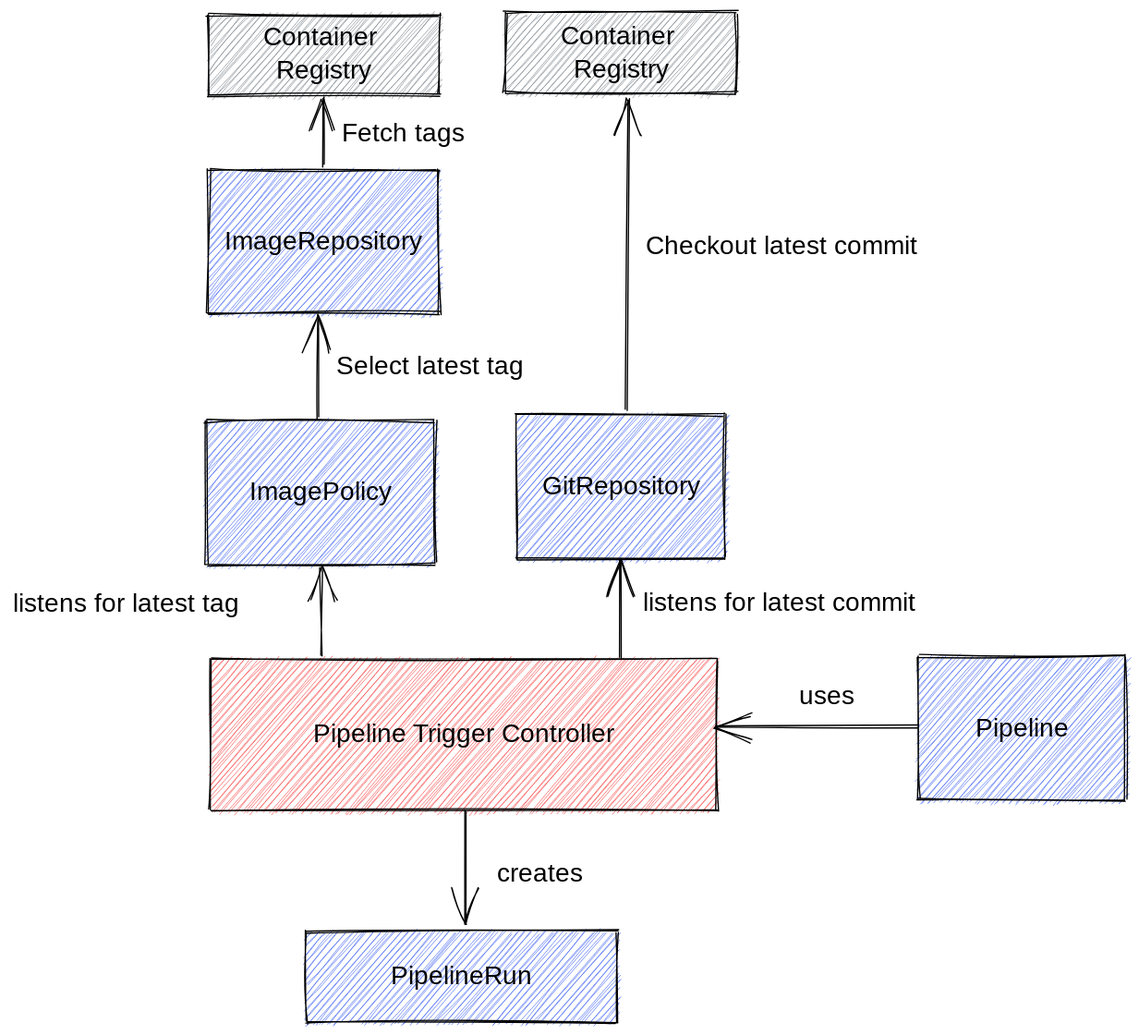
Before: img/pipeline-trigger-operator.svg, a diagram exported from Excalidraw (jquad-group/pipeline-trigger-operator). Source tidied: one line per element, renumbered; positions are measured from the earlier drawing's top-left corner, leaving out a move shared by most shapes. Its diagram source:
```json
{"id": 0, "type": "rectangle", "strokeColor": "#000000", "backgroundColor": "#4c6ef5", "fillStyle": "hachure", "strokeWidth": 1, "roughness": 1, "x": 149, "y": 315, "width": 177, "height": 111}
{"id": 1, "type": "text", "text": "ImagePolicy", "strokeColor": "#000000", "backgroundColor": "#fa5252", "fillStyle": "hachure", "strokeWidth": 1, "roughness": 1, "fontSize": 20, "fontFamily": 1, "textAlign": "center", "verticalAlign": "middle", "inside": 0, "x": 154, "y": 358, "width": 167, "height": 26}
{"id": 2, "type": "rectangle", "strokeColor": "#000000", "backgroundColor": "#4c6ef5", "fillStyle": "hachure", "strokeWidth": 1, "roughness": 1, "x": 390, "y": 310, "width": 161, "height": 111}
{"id": 3, "type": "text", "text": "GitRepository", "strokeColor": "#000000", "backgroundColor": "#fa5252", "fillStyle": "hachure", "strokeWidth": 1, "roughness": 1, "fontSize": 20, "fontFamily": 1, "textAlign": "center", "verticalAlign": "middle", "inside": 2, "x": 394, "y": 353, "width": 151, "height": 26}
{"id": 4, "type": "rectangle", "strokeColor": "#000000", "backgroundColor": "#4c6ef5", "fillStyle": "hachure", "strokeWidth": 1, "roughness": 1, "x": 151, "y": 122, "width": 178, "height": 111}
{"id": 5, "type": "text", "text": "ImageRepository", "strokeColor": "#000000", "backgroundColor": "#fa5252", "fillStyle": "hachure", "strokeWidth": 1, "roughness": 1, "fontSize": 20, "fontFamily": 1, "textAlign": "center", "verticalAlign": "middle", "inside": 4, "x": 156, "y": 164, "width": 168, "height": 26}
{"id": 6, "type": "rectangle", "strokeColor": "#000000", "backgroundColor": "#fa5252", "fillStyle": "hachure", "strokeWidth": 1, "roughness": 1, "x": 153, "y": 499, "width": 391, "height": 117}
{"id": 7, "type": "text", "text": "Pipeline Trigger Controller", "strokeColor": "#000000", "backgroundColor": "#fa5252", "fillStyle": "hachure", "strokeWidth": 1, "roughness": 1, "fontSize": 20, "fontFamily": 1, "textAlign": "center", "verticalAlign": "middle", "inside": 6, "x": 158, "y": 544, "width": 381, "height": 26}
{"id": 8, "type": "rectangle", "strokeColor": "#000000", "backgroundColor": "#4c6ef5", "fillStyle": "hachure", "strokeWidth": 1, "roughness": 1, "x": 700, "y": 498, "width": 161, "height": 111}
{"id": 9, "type": "text", "text": "Pipeline", "strokeColor": "#000000", "backgroundColor": "#fa5252", "fillStyle": "hachure", "strokeWidth": 1, "roughness": 1, "fontSize": 20, "fontFamily": 1, "textAlign": "center", "verticalAlign": "middle", "inside": 8, "x": 704, "y": 540, "width": 151, "height": 26}
{"id": 10, "type": "arrow", "strokeColor": "#000000", "backgroundColor": "#fa5252", "fillStyle": "hachure", "strokeWidth": 1, "roughness": 1, "endArrowhead": "arrow", "from": 0, "to": 4, "x": 236, "y": 313, "width": 1, "height": 79, "points": [[0, 0], [-1, -79]]}
{"id": 11, "type": "rectangle", "strokeColor": "#000000", "backgroundColor": "#868e96", "fillStyle": "hachure", "strokeWidth": 1, "roughness": 1, "x": 151, "y": 1, "width": 179, "height": 62}
{"id": 12, "type": "text", "text": "Container \nRegistry", "strokeColor": "#000000", "backgroundColor": "#868e96", "fillStyle": "hachure", "strokeWidth": 1, "roughness": 1, "fontSize": 20, "fontFamily": 1, "textAlign": "center", "verticalAlign": "middle", "inside": 11, "x": 156, "y": 6, "width": 169, "height": 52}
{"id": 13, "type": "arrow", "strokeColor": "#000000", "backgroundColor": "#868e96", "fillStyle": "hachure", "strokeWidth": 1, "roughness": 1, "endArrowhead": "arrow", "from": 17, "to": 11, "x": 240, "y": 118, "width": 0, "height": 52, "points": [[0, 0], [0, -52]]}
{"id": 14, "type": "rectangle", "strokeColor": "#000000", "backgroundColor": "#868e96", "fillStyle": "hachure", "strokeWidth": 1, "roughness": 1, "x": 380, "y": 0, "width": 179, "height": 62}
{"id": 15, "type": "text", "text": "Container \nRegistry", "strokeColor": "#000000", "backgroundColor": "#868e96", "fillStyle": "hachure", "strokeWidth": 1, "roughness": 1, "fontSize": 20, "fontFamily": 1, "textAlign": "center", "verticalAlign": "middle", "inside": 14, "x": 386, "y": 5, "width": 169, "height": 52}
{"id": 16, "type": "arrow", "strokeColor": "#000000", "backgroundColor": "#868e96", "fillStyle": "hachure", "strokeWidth": 1, "roughness": 1, "endArrowhead": "arrow", "from": 2, "to": 14, "x": 475, "y": 307, "width": 2, "height": 240, "points": [[0, 0], [2, -240]]}
{"id": 17, "type": "text", "text": "Fetch tags", "strokeColor": "#000000", "backgroundColor": "#868e96", "fillStyle": "hachure", "strokeWidth": 1, "roughness": 1, "fontSize": 20, "fontFamily": 1, "x": 254, "y": 80, "width": 110, "height": 26}
{"id": 18, "type": "text", "text": "Select latest tag", "strokeColor": "#000000", "backgroundColor": "#868e96", "fillStyle": "hachure", "strokeWidth": 1, "roughness": 1, "fontSize": 20, "fontFamily": 1, "x": 250, "y": 260, "width": 179, "height": 26}
{"id": 19, "type": "text", "text": "Checkout latest commit", "strokeColor": "#000000", "backgroundColor": "#868e96", "fillStyle": "hachure", "strokeWidth": 1, "roughness": 1, "fontSize": 20, "fontFamily": 1, "x": 489, "y": 168, "width": 233, "height": 26}
{"id": 20, "type": "arrow", "strokeColor": "#000000", "backgroundColor": "#868e96", "fillStyle": "hachure", "strokeWidth": 1, "roughness": 1, "endArrowhead": "arrow", "from": 6, "to": 0, "x": 238, "y": 496, "width": 0, "height": 68, "points": [[0, 0], [0, -68]]}
{"id": 21, "type": "arrow", "strokeColor": "#000000", "backgroundColor": "#868e96", "fillStyle": "hachure", "strokeWidth": 1, "roughness": 1, "endArrowhead": "arrow", "from": 6, "to": 2, "x": 470, "y": 498, "width": 0, "height": 74, "points": [[0, 0], [0, -74]]}
{"id": 22, "type": "text", "text": "listens for latest commit", "strokeColor": "#000000", "backgroundColor": "#868e96", "fillStyle": "hachure", "strokeWidth": 1, "roughness": 1, "fontSize": 20, "fontFamily": 1, "x": 487, "y": 443, "width": 248, "height": 26}
{"id": 23, "type": "text", "text": "listens for latest tag", "strokeColor": "#000000", "backgroundColor": "#868e96", "fillStyle": "hachure", "strokeWidth": 1, "roughness": 1, "fontSize": 20, "fontFamily": 1, "x": 0, "y": 444, "width": 221, "height": 26}
{"id": 24, "type": "arrow", "strokeColor": "#000000", "backgroundColor": "#868e96", "fillStyle": "hachure", "strokeWidth": 1, "roughness": 1, "endArrowhead": "arrow", "from": 8, "x": 699, "y": 551, "width": 157, "height": 1, "points": [[0, 0], [-157, 1]]}
{"id": 25, "type": "rectangle", "strokeColor": "#000000", "backgroundColor": "#4c6ef5", "fillStyle": "hachure", "strokeWidth": 1, "roughness": 1, "x": 226, "y": 710, "width": 241, "height": 70}
{"id": 26, "type": "text", "text": "PipelineRun", "strokeColor": "#000000", "backgroundColor": "#4c6ef5", "fillStyle": "hachure", "strokeWidth": 1, "roughness": 1, "fontSize": 20, "fontFamily": 1, "textAlign": "center", "verticalAlign": "middle", "inside": 25, "x": 231, "y": 732, "width": 231, "height": 26}
{"id": 27, "type": "arrow", "strokeColor": "#000000", "backgroundColor": "#4c6ef5", "fillStyle": "hachure", "strokeWidth": 1, "roughness": 1, "endArrowhead": "arrow", "from": 6, "to": 25, "x": 349, "y": 617, "width": 1, "height": 87, "points": [[0, 0], [1, 87]]}
{"id": 28, "type": "text", "text": "creates", "strokeColor": "#000000", "backgroundColor": "#4c6ef5", "fillStyle": "hachure", "strokeWidth": 1, "roughness": 1, "fontSize": 20, "fontFamily": 1, "x": 374, "y": 652, "width": 77, "height": 26}
{"id": 29, "type": "text", "text": "uses", "strokeColor": "#000000", "backgroundColor": "#4c6ef5", "fillStyle": "hachure", "strokeWidth": 1, "roughness": 1, "fontSize": 20, "fontFamily": 1, "x": 608, "y": 515, "width": 45, "height": 26}
```
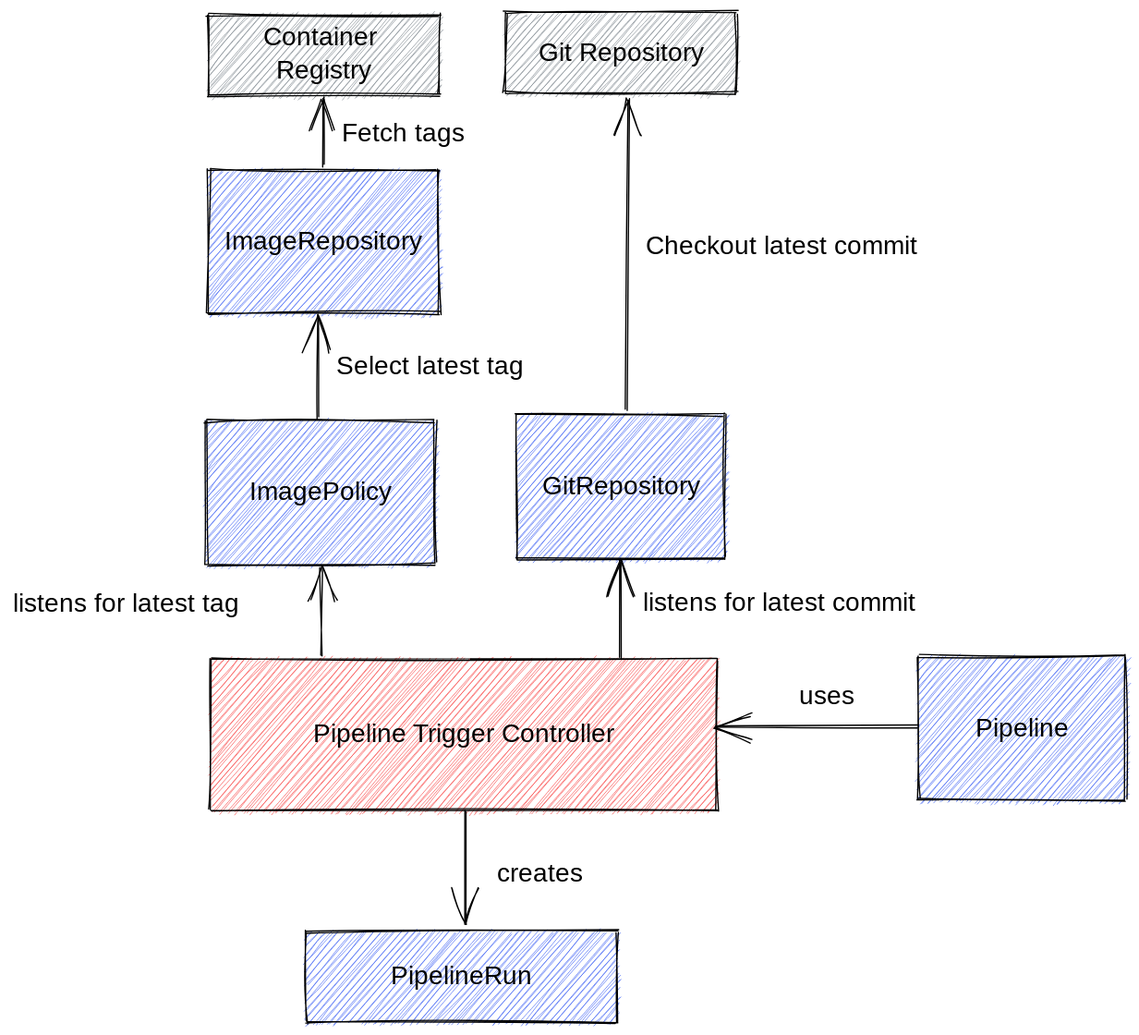
After the change.

Change to the diagram source:
```diff
@@ -13,7 +13,7 @@
 {"id": 12, "type": "text", "text": "Container \nRegistry", "strokeColor": "#000000", "backgroundColor": "#868e96", "fillStyle": "hachure", "strokeWidth": 1, "roughness": 1, "fontSize": 20, "fontFamily": 1, "textAlign": "center", "verticalAlign": "middle", "inside": 11, "x": 156, "y": 6, "width": 169, "height": 52}
 {"id": 13, "type": "arrow", "strokeColor": "#000000", "backgroundColor": "#868e96", "fillStyle": "hachure", "strokeWidth": 1, "roughness": 1, "endArrowhead": "arrow", "from": 17, "to": 11, "x": 240, "y": 118, "width": 0, "height": 52, "points": [[0, 0], [0, -52]]}
 {"id": 14, "type": "rectangle", "strokeColor": "#000000", "backgroundColor": "#868e96", "fillStyle": "hachure", "strokeWidth": 1, "roughness": 1, "x": 380, "y": 0, "width": 179, "height": 62}
-{"id": 15, "type": "text", "text": "Container \nRegistry", "strokeColor": "#000000", "backgroundColor": "#868e96", "fillStyle": "hachure", "strokeWidth": 1, "roughness": 1, "fontSize": 20, "fontFamily": 1, "textAlign": "center", "verticalAlign": "middle", "inside": 14, "x": 386, "y": 5, "width": 169, "height": 52}
+{"id": 15, "type": "text", "text": "Git Repository", "strokeColor": "#000000", "backgroundColor": "#868e96", "fillStyle": "hachure", "strokeWidth": 1, "roughness": 1, "fontSize": 20, "fontFamily": 1, "textAlign": "center", "verticalAlign": "middle", "inside": 14, "x": 386, "y": 18, "width": 169, "height": 26}
 {"id": 16, "type": "arrow", "strokeColor": "#000000", "backgroundColor": "#868e96", "fillStyle": "hachure", "strokeWidth": 1, "roughness": 1, "endArrowhead": "arrow", "from": 2, "to": 14, "x": 475, "y": 307, "width": 2, "height": 240, "points": [[0, 0], [2, -240]]}
 {"id": 17, "type": "text", "text": "Fetch tags", "strokeColor": "#000000", "backgroundColor": "#868e96", "fillStyle": "hachure", "strokeWidth": 1, "roughness": 1, "fontSize": 20, "fontFamily": 1, "x": 254, "y": 80, "width": 110, "height": 26}
 {"id": 18, "type": "text", "text": "Select latest tag", "strokeColor": "#000000", "backgroundColor": "#868e96", "fillStyle": "hachure", "strokeWidth": 1, "roughness": 1, "fontSize": 20, "fontFamily": 1, "x": 250, "y": 260, "width": 179, "height": 26}
```
